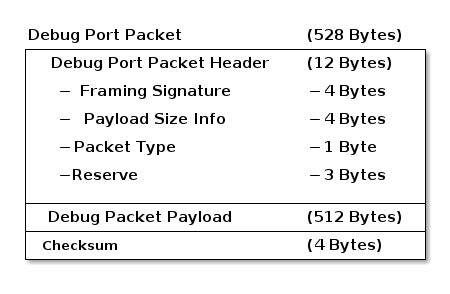
The PlantUML diagram Docs/ProjectDocs/DebugPort/DocsSource/DebugPortPacket.png in Syncroness-Inc/cef, before a commit. Its source is kept beside it as Docs/ProjectDocs/DebugPort/DocsSource/DebugPortPacket.puml. Its diagram source:
```plantuml
@startditaa -E
Debug Port Packet           (528 Bytes)
+---------------------------------------+
| Debug Port Packet Header  (12 Bytes)  |
| +-----------------------------------+ |
| | -Framing Signature       -4 Bytes | |
| +-----------------------------------+ |
| | -Payload Size Info       -4 Bytes | |
| +-----------------------------------+ |
| | -Packet Type             -1 Byte  | |
| +-----------------------------------+ |
| | -Reserve                 -3 Bytes | |
| +-----------------------------------+ |
+---------------------------------------+
| Debug Packet Payload      (512 Bytes) |
+---------------------------------------+
| Checksum                  (4 Bytes)   |
+---------------------------------------+
@endditaa
```
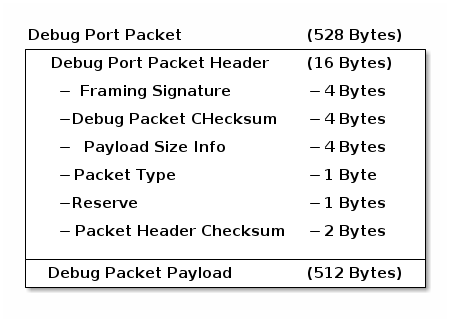
After the change.

Commit message:
debug packet header

What changed in the source:
```diff
@@ -1,19 +1,21 @@
 @startditaa -E
 Debug Port Packet           (528 Bytes)
 +---------------------------------------+
-| Debug Port Packet Header  (12 Bytes)  |
+| Debug Port Packet Header  (16 Bytes)  |
 | +-----------------------------------+ |
 | | -Framing Signature       -4 Bytes | |
+| +-----------------------------------+ |
+| | -Debug Packet CHecksum   -4 Bytes | |
 | +-----------------------------------+ |
 | | -Payload Size Info       -4 Bytes | |
 | +-----------------------------------+ |
 | | -Packet Type             -1 Byte  | |
 | +-----------------------------------+ |
-| | -Reserve                 -3 Bytes | |
+| | -Reserve                 -1 Bytes | |
+| +-----------------------------------+ |
+| | -Packet Header Checksum  -2 Bytes | |
 | +-----------------------------------+ |
 +---------------------------------------+
 | Debug Packet Payload      (512 Bytes) |
 +---------------------------------------+
-| Checksum                  (4 Bytes)   |
-+---------------------------------------+
 @endditaa
```
